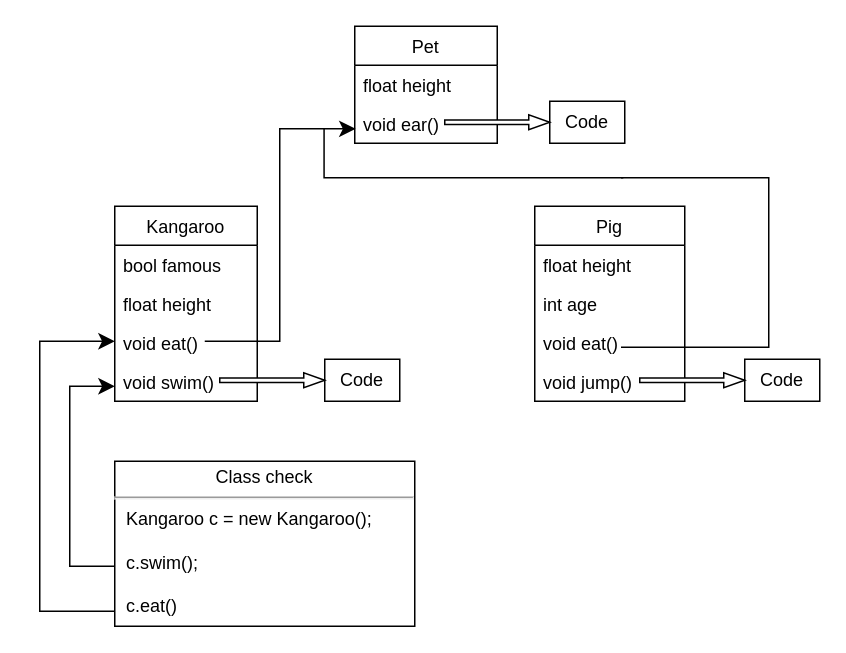
Before: assignment_3/task5.dio in Legenden84/PLD, a draw.io diagram. Source tidied: cells renumbered, new cells numbered last; positions are measured from the earlier drawing's top-left corner, leaving out a move shared by most shapes. Both pictures are drawn from the tidied source at 150%, with x=0, y=0 at pixel (39, 3).
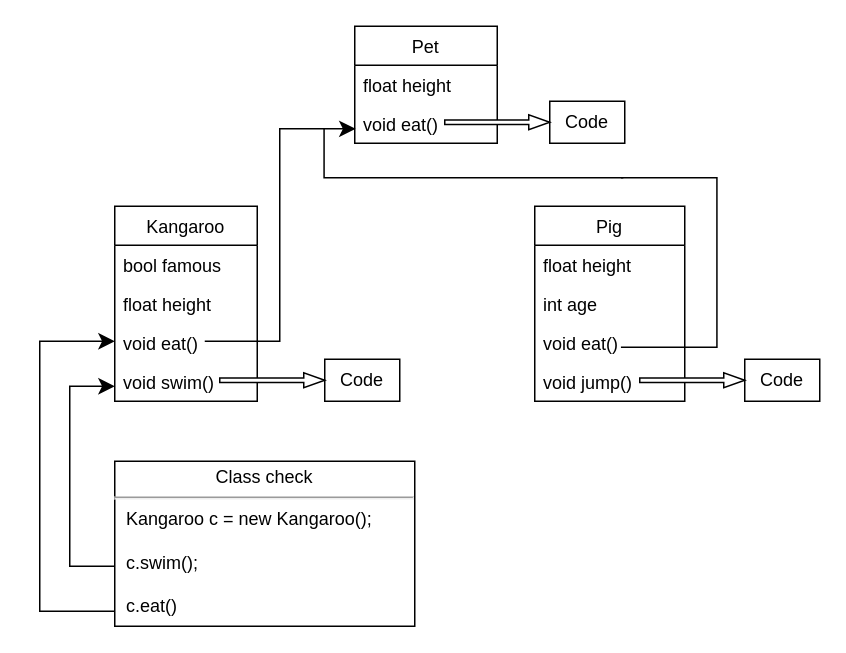
The same page after the edit.

Unchanged cells that the change refers to:
```xml
<mxCell id="2" value="Pet" style="swimlane;fontStyle=0;horizontal=1;startSize=26;fillColor=none;" parent="1" vertex="1">
  <mxGeometry x="210" y="15" width="95" height="78" as="geometry" />
</mxCell>
```

Change to the diagram source:
```diff
@@
-    <mxCell id="4" value="void ear()" style="text;strokeColor=none;fillColor=none;align=left;verticalAlign=top;spacingLeft=4;spacingRight=4;overflow=hidden;points=[[0,0.5],[1,0.5]];portConstraint=eastwest;" parent="2" vertex="1">
+    <mxCell id="4" value="void eat()" style="text;strokeColor=none;fillColor=none;align=left;verticalAlign=top;spacingLeft=4;spacingRight=4;overflow=hidden;points=[[0,0.5],[1,0.5]];portConstraint=eastwest;" parent="2" vertex="1">
       <mxGeometry y="52" width="95" height="26" as="geometry" />
     </mxCell>
@@
     <mxCell id="25" style="shape=partialRectangle;whiteSpace=wrap;html=1;bottom=1;right=1;left=1;top=0;fillColor=none;routingCenterX=-0.5;rotation=-90;" parent="1" vertex="1">
-      <mxGeometry x="380.5" y="123.5" width="113" height="98" as="geometry" />
+      <mxGeometry x="363.2" y="140.8" width="113" height="63.5" as="geometry" />
     </mxCell>
```
